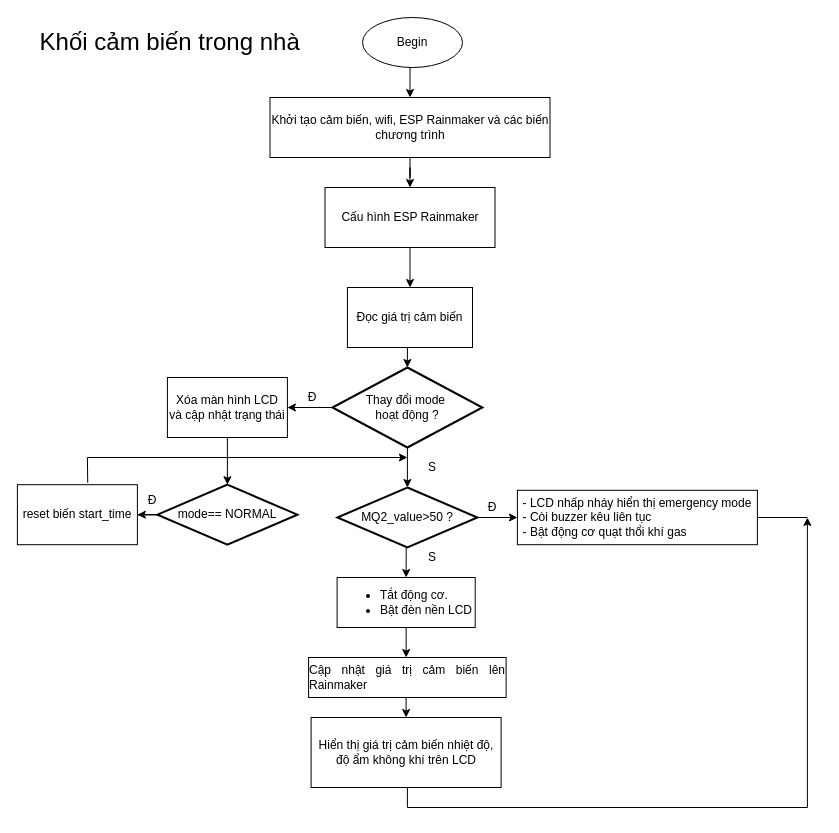
Before: page "home" (1 of 3) of home.drawio in 106210049/Smart-home, a draw.io diagram. Source tidied: cells renumbered, new cells numbered last; positions are measured from the earlier drawing's top-left corner, leaving out a move shared by most shapes. Both pictures are drawn from the tidied source at 100%, with x=0, y=0 at pixel (17, 17).
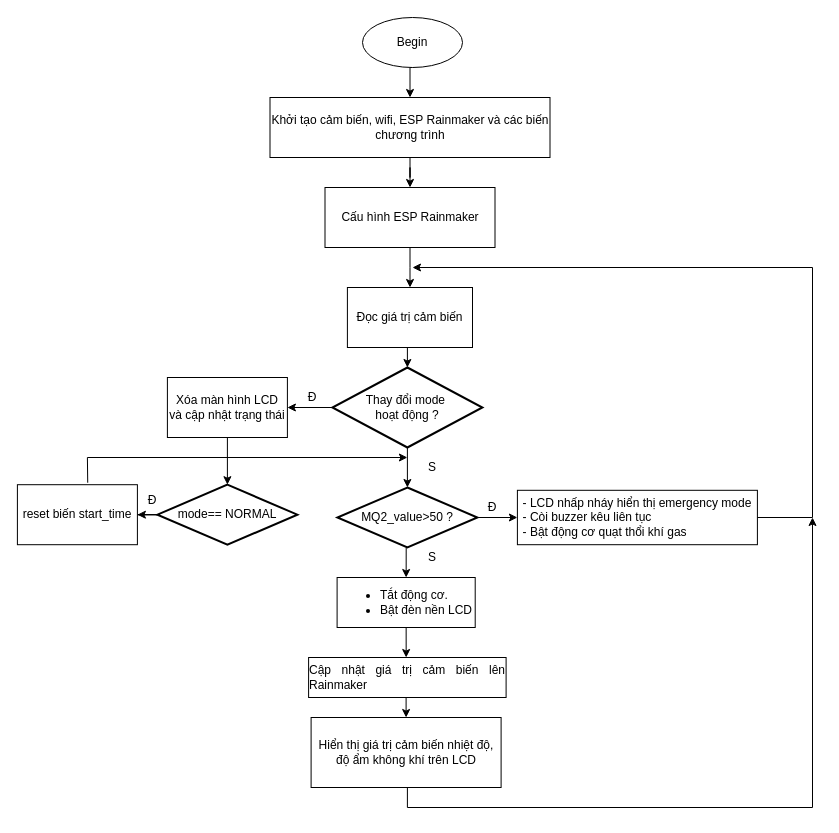
Above is the later version.

What changed in the source:
```diff
@@
     <mxCell id="28" style="endArrow=none;html=1;rounded=0;" parent="1" edge="1">
       <mxGeometry relative="1" as="geometry">
         <mxPoint x="739.9" y="500" as="sourcePoint" />
-        <mxPoint x="789.9" y="500" as="targetPoint" />
+        <mxPoint x="795" y="500" as="targetPoint" />
       </mxGeometry>
     </mxCell>
@@
     <mxCell id="34" style="endArrow=none;html=1;rounded=0;" parent="1" edge="1">
       <mxGeometry relative="1" as="geometry">
         <mxPoint x="389.9" y="790" as="sourcePoint" />
-        <mxPoint x="789.9" y="790" as="targetPoint" />
+        <mxPoint x="795" y="790" as="targetPoint" />
       </mxGeometry>
     </mxCell>
     <mxCell id="35" style="endArrow=classic;html=1;rounded=0;" parent="1" edge="1">
       <mxGeometry relative="1" as="geometry">
-        <mxPoint x="789.9" y="790" as="sourcePoint" />
-        <mxPoint x="789.9" y="500" as="targetPoint" />
+        <mxPoint x="795" y="790" as="sourcePoint" />
+        <mxPoint x="795" y="500" as="targetPoint" />
       </mxGeometry>
     </mxCell>
@@
-    <mxCell id="38" value="&lt;font style=&quot;font-size: 24px;&quot;&gt;Khối cảm biến trong nhà&amp;nbsp;&lt;/font&gt;" style="text;strokeColor=none;align=center;fillColor=none;html=1;verticalAlign=middle;whiteSpace=wrap;rounded=0;" parent="1" vertex="1">
-      <mxGeometry x="21.1" y="10" width="270" height="30" as="geometry" />
-    </mxCell>
+    <mxCell id="39" style="endArrow=none;html=1;rounded=0;" parent="1" edge="1">
+      <mxGeometry relative="1" as="geometry">
+        <mxPoint x="795" y="500" as="sourcePoint" />
+        <mxPoint x="795" y="250" as="targetPoint" />
+      </mxGeometry>
+    </mxCell>
+    <mxCell id="40" style="endArrow=classic;html=1;rounded=0;" parent="1" edge="1">
+      <mxGeometry relative="1" as="geometry">
+        <mxPoint x="795" y="250" as="sourcePoint" />
+        <mxPoint x="395" y="250" as="targetPoint" />
+      </mxGeometry>
+    </mxCell>
```
